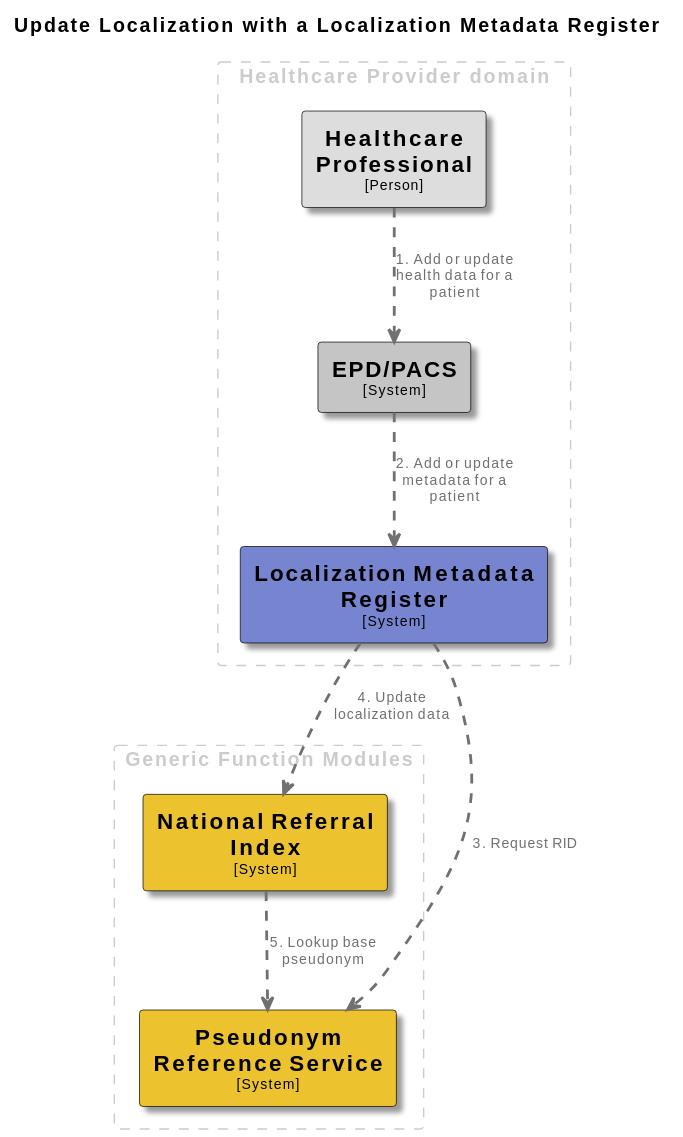
minvws/gfmodules-coordination keeps this PlantUML diagram as docs/images/structurizr-UpdateLocalizationWithMetadataRegister.svg. Above is the earlier version. The source it was exported from:
```plantuml
@startuml
set separator none
title Update Localization with a Localization Metadata Register

top to bottom direction

skinparam {
  arrowFontSize 10
  defaultTextAlignment center
  wrapWidth 200
  maxMessageSize 100
}

hide stereotype

skinparam rectangle<<EPDPACS>> {
  BackgroundColor #c5c5c5
  FontColor #000000
  BorderColor #000000
  shadowing true
}
skinparam rectangle<<HealthcareProfessional>> {
  BackgroundColor #dddddd
  FontColor #000000
  BorderColor #000000
  shadowing true
}
skinparam rectangle<<LocalizationMetadataRegister>> {
  BackgroundColor #7785d1
  FontColor #000000
  BorderColor #000000
  shadowing true
}
skinparam rectangle<<NationalReferralIndex>> {
  BackgroundColor #ecc22e
  FontColor #000000
  BorderColor #000000
  shadowing true
}
skinparam rectangle<<PseudonymReferenceService>> {
  BackgroundColor #ecc22e
  FontColor #000000
  BorderColor #000000
  shadowing true
}

rectangle "Generic Function Modules" <<group1>> as group1 {
  skinparam RectangleBorderColor<<group1>> #cccccc
  skinparam RectangleFontColor<<group1>> #cccccc
  skinparam RectangleBorderStyle<<group1>> dashed

  rectangle "==Pseudonym Reference Service\n<size:10>[System]</size>" <<PseudonymReferenceService>> as PseudonymReferenceService
  rectangle "==National Referral Index\n<size:10>[System]</size>" <<NationalReferralIndex>> as NationalReferralIndex
}

rectangle "Healthcare Provider domain" <<group2>> as group2 {
  skinparam RectangleBorderColor<<group2>> #cccccc
  skinparam RectangleFontColor<<group2>> #cccccc
  skinparam RectangleBorderStyle<<group2>> dashed

  rectangle "==Localization Metadata Register\n<size:10>[System]</size>" <<LocalizationMetadataRegister>> as LocalizationMetadataRegister
  rectangle "==Healthcare Professional\n<size:10>[Person]</size>" <<HealthcareProfessional>> as HealthcareProfessional
  rectangle "==EPD/PACS\n<size:10>[System]</size>" <<EPDPACS>> as EPDPACS
}

HealthcareProfessional .[#707070,thickness=2].> EPDPACS : "<color:#707070>1. Add or update health data for a patient"
EPDPACS .[#707070,thickness=2].> LocalizationMetadataRegister : "<color:#707070>2. Add or update metadata for a patient"
LocalizationMetadataRegister .[#707070,thickness=2].> PseudonymReferenceService : "<color:#707070>3. Request RID"
LocalizationMetadataRegister .[#707070,thickness=2].> NationalReferralIndex : "<color:#707070>4. Update localization data"
NationalReferralIndex .[#707070,thickness=2].> PseudonymReferenceService : "<color:#707070>5. Lookup base pseudonym"
@enduml
```
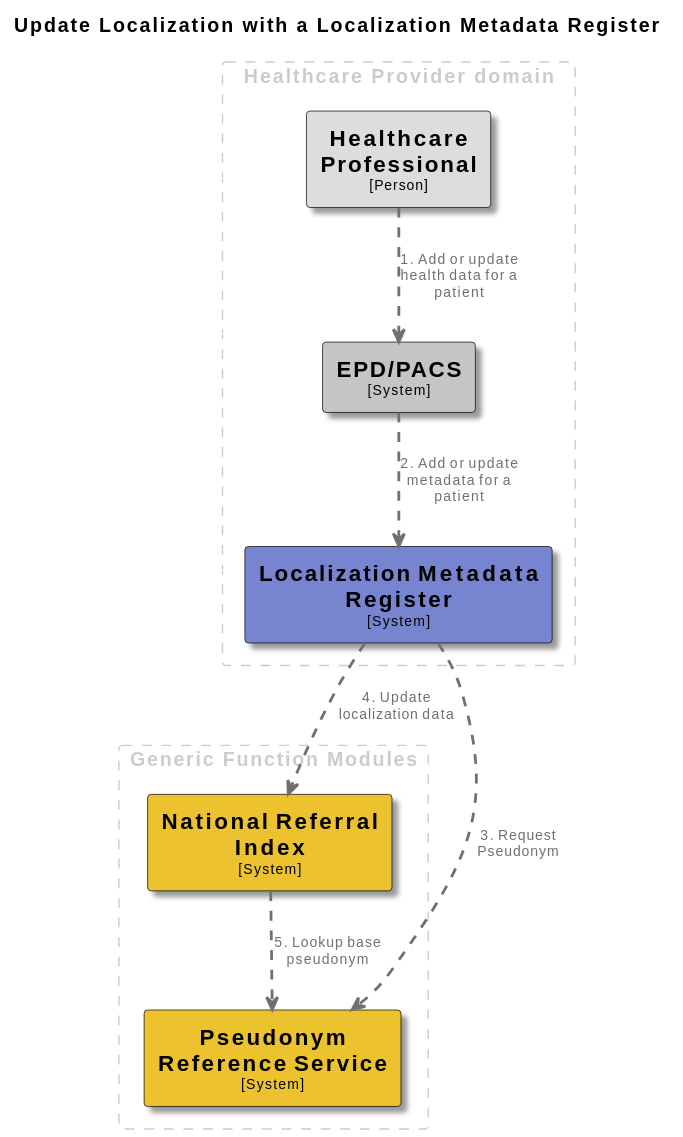
After the change.

What changed in the source:
```diff
@@ -65,7 +65,7 @@
 
 HealthcareProfessional .[#707070,thickness=2].> EPDPACS : "<color:#707070>1. Add or update health data for a patient"
 EPDPACS .[#707070,thickness=2].> LocalizationMetadataRegister : "<color:#707070>2. Add or update metadata for a patient"
-LocalizationMetadataRegister .[#707070,thickness=2].> PseudonymReferenceService : "<color:#707070>3. Request RID"
+LocalizationMetadataRegister .[#707070,thickness=2].> PseudonymReferenceService : "<color:#707070>3. Request Pseudonym"
 LocalizationMetadataRegister .[#707070,thickness=2].> NationalReferralIndex : "<color:#707070>4. Update localization data"
 NationalReferralIndex .[#707070,thickness=2].> PseudonymReferenceService : "<color:#707070>5. Lookup base pseudonym"
 @enduml
```
